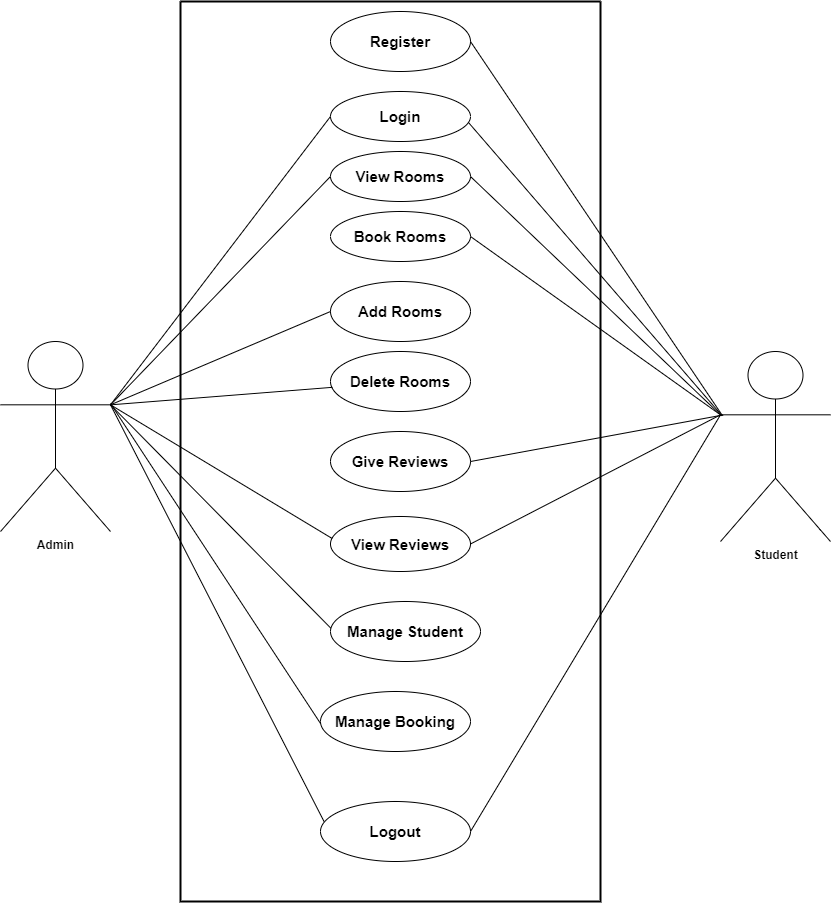
Before: Diagrams/Use CASE.png, a diagram exported from draw.io (ItsSagar-git/Hostel-Management-System-Laravel). Source tidied: cells renumbered, new cells last; positions are measured from the earlier drawing's top-left corner, leaving out a move shared by most shapes.
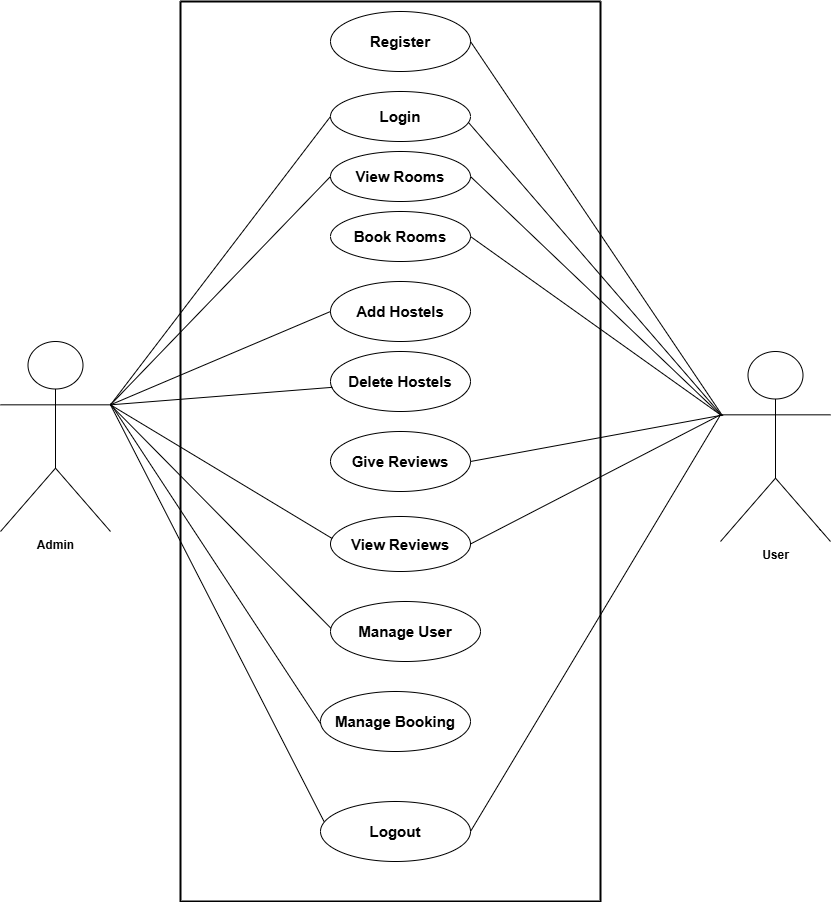
Later version of the same file.

Change to the diagram source:
```diff
@@ -14,10 +14,10 @@
     <mxCell id="5" value="&lt;b&gt;&lt;font style=&quot;font-size: 15px;&quot;&gt;Book Rooms&lt;/font&gt;&lt;/b&gt;" style="ellipse;whiteSpace=wrap;html=1;" parent="1" vertex="1">
       <mxGeometry x="330" y="210" width="140" height="50" as="geometry" />
     </mxCell>
-    <mxCell id="6" value="&lt;b&gt;&lt;font style=&quot;font-size: 15px;&quot;&gt;Add Rooms&lt;/font&gt;&lt;/b&gt;" style="ellipse;whiteSpace=wrap;html=1;" parent="1" vertex="1">
+    <mxCell id="6" value="&lt;b&gt;&lt;font style=&quot;font-size: 15px;&quot;&gt;Add Hostels&lt;/font&gt;&lt;/b&gt;" style="ellipse;whiteSpace=wrap;html=1;" parent="1" vertex="1">
       <mxGeometry x="330" y="280" width="140" height="60" as="geometry" />
     </mxCell>
-    <mxCell id="7" value="&lt;b&gt;&lt;font style=&quot;font-size: 15px;&quot;&gt;Delete Rooms&lt;/font&gt;&lt;/b&gt;" style="ellipse;whiteSpace=wrap;html=1;" parent="1" vertex="1">
+    <mxCell id="7" value="&lt;b&gt;&lt;font style=&quot;font-size: 15px;&quot;&gt;Delete Hostels&lt;/font&gt;&lt;/b&gt;" style="ellipse;whiteSpace=wrap;html=1;" parent="1" vertex="1">
       <mxGeometry x="330" y="350" width="140" height="60" as="geometry" />
     </mxCell>
     <mxCell id="8" value="&lt;b&gt;&lt;font style=&quot;font-size: 15px;&quot;&gt;Give Reviews&lt;/font&gt;&lt;/b&gt;" style="ellipse;whiteSpace=wrap;html=1;" parent="1" vertex="1">
@@ -26,7 +26,7 @@
     <mxCell id="9" value="&lt;b&gt;&lt;font style=&quot;font-size: 15px;&quot;&gt;View Reviews&lt;/font&gt;&lt;/b&gt;" style="ellipse;whiteSpace=wrap;html=1;" parent="1" vertex="1">
       <mxGeometry x="330" y="515" width="140" height="55" as="geometry" />
     </mxCell>
-    <mxCell id="10" value="&lt;b&gt;&lt;font style=&quot;font-size: 15px;&quot;&gt;Manage Student&lt;/font&gt;&lt;/b&gt;" style="ellipse;whiteSpace=wrap;html=1;" parent="1" vertex="1">
+    <mxCell id="10" value="&lt;font style=&quot;font-size: 15px;&quot;&gt;&lt;b&gt;Manage User&lt;/b&gt;&lt;/font&gt;" style="ellipse;whiteSpace=wrap;html=1;" parent="1" vertex="1">
       <mxGeometry x="330" y="600" width="150" height="60" as="geometry" />
     </mxCell>
     <mxCell id="11" value="&lt;b&gt;Admin&lt;/b&gt;" style="shape=umlActor;html=1;verticalLabelPosition=bottom;verticalAlign=top;align=center;" parent="1" vertex="1">
@@ -35,7 +35,7 @@
     <mxCell id="12" value="`" style="text;html=1;align=center;verticalAlign=middle;strokeColor=none;fillColor=none;" parent="1" vertex="1">
       <mxGeometry x="805" y="518" width="30" height="30" as="geometry" />
     </mxCell>
-    <mxCell id="13" value="&lt;b&gt;Student&lt;/b&gt;" style="shape=umlActor;html=1;verticalLabelPosition=bottom;verticalAlign=top;align=center;" parent="1" vertex="1">
+    <mxCell id="13" value="&lt;b&gt;User&lt;/b&gt;" style="shape=umlActor;html=1;verticalLabelPosition=bottom;verticalAlign=top;align=center;" parent="1" vertex="1">
       <mxGeometry x="720" y="350" width="110" height="190" as="geometry" />
     </mxCell>
     <mxCell id="14" style="edgeStyle=none;html=1;endArrow=none;verticalAlign=bottom;rounded=0;entryX=0;entryY=0.5;entryDx=0;entryDy=0;exitX=1;exitY=0.3333333333333333;exitDx=0;exitDy=0;exitPerimeter=0;" parent="1" edge="1" source="11" target="3">
```
